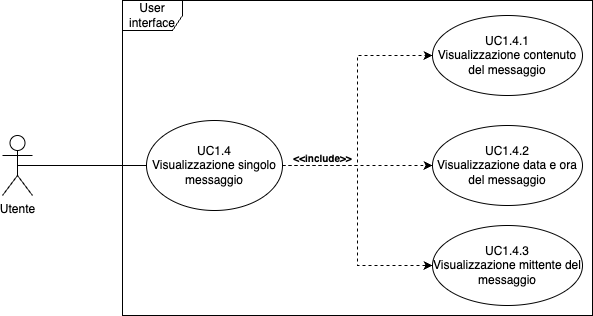
This is images/analisi-dei-requisiti/UC_view_single_mess.png from SweeTenTeam/Docs, a draw.io export, as it was before one commit. Source tidied: cells renumbered, new cells last; positions are measured from the earlier drawing's top-left corner, leaving out a move shared by most shapes.
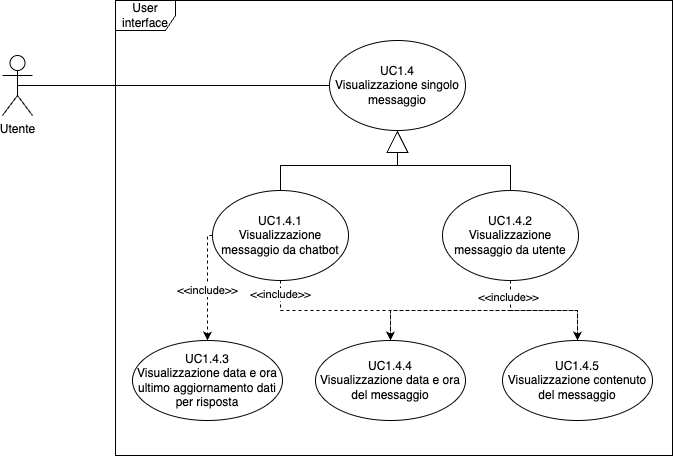
Above is the later version.

Change to the diagram source:
```diff
@@ -3,37 +3,72 @@
     <mxCell id="0" />
     <mxCell id="1" parent="0" />
     <mxCell id="2" value="User interface" style="shape=umlFrame;whiteSpace=wrap;html=1;" parent="1" vertex="1">
-      <mxGeometry x="120" width="470" height="315" as="geometry" />
+      <mxGeometry x="113" y="5" width="557" height="455" as="geometry" />
     </mxCell>
     <mxCell id="3" value="Utente" style="shape=umlActor;verticalLabelPosition=bottom;verticalAlign=top;html=1;" parent="1" vertex="1">
-      <mxGeometry y="135" width="30" height="60" as="geometry" />
+      <mxGeometry y="60" width="30" height="60" as="geometry" />
     </mxCell>
-    <mxCell id="4" style="edgeStyle=orthogonalEdgeStyle;rounded=0;jettySize=auto;html=1;entryX=0;entryY=0.5;entryDx=0;entryDy=0;dashed=1;" parent="1" edge="1" source="7" target="8">
-      <mxGeometry relative="1" as="geometry" />
-    </mxCell>
-    <mxCell id="5" style="edgeStyle=orthogonalEdgeStyle;rounded=0;jettySize=auto;html=1;entryX=0;entryY=0.5;entryDx=0;entryDy=0;dashed=1;" parent="1" edge="1" source="7" target="11">
-      <mxGeometry relative="1" as="geometry" />
-    </mxCell>
-    <mxCell id="6" style="edgeStyle=orthogonalEdgeStyle;rounded=0;jettySize=auto;html=1;entryX=0;entryY=0.5;entryDx=0;entryDy=0;dashed=1;" parent="1" edge="1" source="7" target="12">
-      <mxGeometry relative="1" as="geometry" />
-    </mxCell>
+    <mxCell id="13" style="edgeStyle=orthogonalEdgeStyle;rounded=0;jettySize=auto;html=1;entryX=0.5;entryY=0;entryDx=0;entryDy=0;endArrow=none;startFill=0;startArrow=block;startSize=20;" parent="1" edge="1" source="7" target="24">
+      <mxGeometry relative="1" as="geometry" />
+    </mxCell>
+    <mxCell id="14" style="edgeStyle=orthogonalEdgeStyle;rounded=0;jettySize=auto;html=1;endArrow=none;startFill=0;startArrow=block;startSize=20;" parent="1" edge="1" source="7" target="18">
+      <mxGeometry relative="1" as="geometry" />
+    </mxCell>
     <mxCell id="7" value="UC1.4&lt;br&gt;Visualizzazione singolo messaggio" style="ellipse;whiteSpace=wrap;html=1;" parent="1" vertex="1">
-      <mxGeometry x="144" y="120" width="136" height="90" as="geometry" />
+      <mxGeometry x="327" y="45" width="136" height="90" as="geometry" />
     </mxCell>
-    <mxCell id="8" value="&lt;span style=&quot;text-wrap-mode: nowrap;&quot;&gt;UC1.4.1&lt;/span&gt;&lt;div&gt;Visualizzazione contenuto del messaggio&lt;/div&gt;" style="ellipse;whiteSpace=wrap;html=1;" parent="1" vertex="1">
-      <mxGeometry x="430" y="15" width="150" height="80" as="geometry" />
+    <mxCell id="8" value="&lt;span style=&quot;text-wrap-mode: nowrap;&quot;&gt;UC1.4.5&lt;/span&gt;&lt;div&gt;Visualizzazione contenuto del messaggio&lt;/div&gt;" style="ellipse;whiteSpace=wrap;html=1;" parent="1" vertex="1">
+      <mxGeometry x="500" y="345" width="150" height="80" as="geometry" />
     </mxCell>
     <mxCell id="9" style="endArrow=none;html=1;rounded=0;exitX=0.5;exitY=0.5;exitDx=0;exitDy=0;exitPerimeter=0;entryX=0;entryY=0.5;entryDx=0;entryDy=0;" parent="1" edge="1" source="3" target="7">
       <mxGeometry relative="1" as="geometry" />
     </mxCell>
-    <mxCell id="10" value="&lt;b&gt;&lt;font style=&quot;font-size: 10px;&quot;&gt;&amp;lt;&amp;lt;include&amp;gt;&amp;gt;&lt;/font&gt;&lt;/b&gt;" style="text;html=1;align=center;verticalAlign=middle;strokeColor=none;fillColor=none;" parent="1" vertex="1">
-      <mxGeometry x="280" y="142.5" width="80" height="30" as="geometry" />
-    </mxCell>
-    <mxCell id="11" value="&lt;span style=&quot;text-wrap-mode: nowrap;&quot;&gt;UC1.4.2&lt;/span&gt;&lt;div&gt;Visualizzazione data e ora del messaggio&lt;/div&gt;" style="ellipse;whiteSpace=wrap;html=1;" parent="1" vertex="1">
-      <mxGeometry x="430" y="125" width="150" height="80" as="geometry" />
+    <mxCell id="11" value="&lt;span style=&quot;text-wrap-mode: nowrap;&quot;&gt;UC1.4.4&lt;/span&gt;&lt;div&gt;Visualizzazione data e ora del messaggio&lt;/div&gt;" style="ellipse;whiteSpace=wrap;html=1;" parent="1" vertex="1">
+      <mxGeometry x="313" y="345" width="150" height="80" as="geometry" />
     </mxCell>
-    <mxCell id="12" value="&lt;span style=&quot;text-wrap-mode: nowrap;&quot;&gt;UC1.4.3&lt;/span&gt;&lt;div&gt;Visualizzazione mittente del messaggio&lt;/div&gt;" style="ellipse;whiteSpace=wrap;html=1;" parent="1" vertex="1">
-      <mxGeometry x="430" y="225" width="150" height="80" as="geometry" />
-    </mxCell>
+    <mxCell id="15" style="edgeStyle=orthogonalEdgeStyle;rounded=0;jettySize=auto;html=1;entryX=0.5;entryY=0;entryDx=0;entryDy=0;dashed=1;" parent="1" edge="1" source="18" target="11">
+      <mxGeometry relative="1" as="geometry" />
+    </mxCell>
+    <mxCell id="16" style="edgeStyle=orthogonalEdgeStyle;rounded=0;jettySize=auto;html=1;entryX=0.5;entryY=0;entryDx=0;entryDy=0;dashed=1;" parent="1" edge="1" source="18" target="8">
+      <mxGeometry relative="1" as="geometry" />
+    </mxCell>
+    <mxCell id="17" value="&amp;lt;&amp;lt;include&amp;gt;&amp;gt;" style="edgeLabel;html=1;align=center;verticalAlign=middle;" parent="16" vertex="1">
+      <mxGeometry x="-0.73" y="-2" relative="1" as="geometry" />
+    </mxCell>
+    <mxCell id="18" value="UC1.4.2&lt;br&gt;Visualizzazione messaggio da utente" style="ellipse;whiteSpace=wrap;html=1;" parent="1" vertex="1">
+      <mxGeometry x="440" y="195" width="136" height="90" as="geometry" />
+    </mxCell>
+    <mxCell id="19" style="edgeStyle=orthogonalEdgeStyle;rounded=0;jettySize=auto;html=1;exitX=0;exitY=0.5;exitDx=0;exitDy=0;dashed=1;" parent="1" edge="1" source="24" target="25">
+      <mxGeometry relative="1" as="geometry">
+        <Array as="points">
+          <mxPoint x="205" y="240" />
+        </Array>
+      </mxGeometry>
+    </mxCell>
+    <mxCell id="20" value="&amp;lt;&amp;lt;include&amp;gt;&amp;gt;" style="edgeLabel;html=1;align=center;verticalAlign=middle;" parent="19" vertex="1">
+      <mxGeometry x="-0.11" y="1" relative="1" as="geometry">
+        <mxPoint x="-1" y="11" as="offset" />
+      </mxGeometry>
+    </mxCell>
+    <mxCell id="21" style="edgeStyle=orthogonalEdgeStyle;rounded=0;jettySize=auto;html=1;dashed=1;" parent="1" edge="1" source="24" target="11">
+      <mxGeometry relative="1" as="geometry" />
+    </mxCell>
+    <mxCell id="22" style="edgeStyle=orthogonalEdgeStyle;rounded=0;jettySize=auto;html=1;entryX=0.5;entryY=0;entryDx=0;entryDy=0;dashed=1;" parent="1" edge="1" source="24" target="8">
+      <mxGeometry relative="1" as="geometry">
+        <Array as="points">
+          <mxPoint x="278" y="315" />
+          <mxPoint x="575" y="315" />
+        </Array>
+      </mxGeometry>
+    </mxCell>
+    <mxCell id="23" value="&amp;lt;&amp;lt;include&amp;gt;&amp;gt;" style="edgeLabel;html=1;align=center;verticalAlign=middle;" parent="22" vertex="1">
+      <mxGeometry x="-0.92" relative="1" as="geometry" />
+    </mxCell>
+    <mxCell id="24" value="UC1.4.1&lt;br&gt;Visualizzazione messaggio da chatbot" style="ellipse;whiteSpace=wrap;html=1;" parent="1" vertex="1">
+      <mxGeometry x="210" y="195" width="136" height="90" as="geometry" />
+    </mxCell>
+    <mxCell id="25" value="&lt;span style=&quot;text-wrap-mode: nowrap;&quot;&gt;UC1.4.3&lt;/span&gt;&lt;div&gt;Visualizzazione data e ora ultimo aggiornamento dati per risposta&lt;/div&gt;" style="ellipse;whiteSpace=wrap;html=1;" parent="1" vertex="1">
+      <mxGeometry x="130" y="345" width="150" height="80" as="geometry" />
+    </mxCell>
   </root>
 </mxGraphModel>
```
